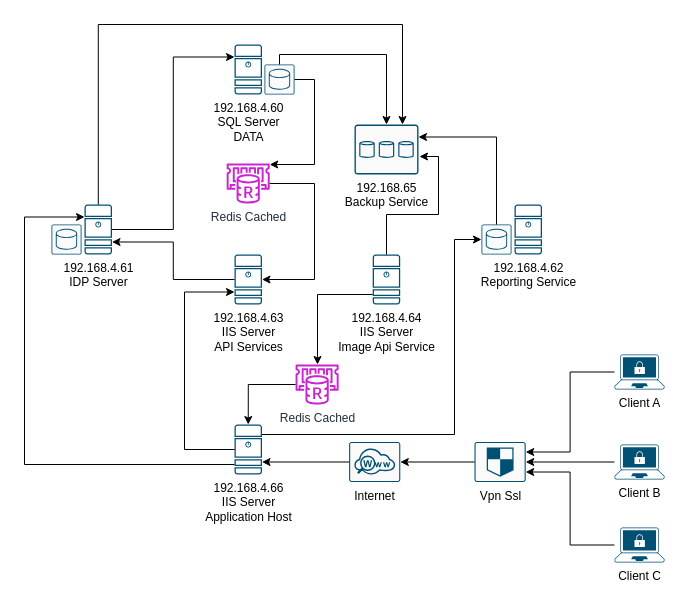
osvcarign/charts keeps this draw.io diagram as Untitled Diagram.drawio. Above is the earlier version. Source tidied: cells renumbered, new cells numbered last; positions are measured from the earlier drawing's top-left corner, leaving out a move shared by most shapes. Both pictures are drawn from the tidied source at 100%, with x=0, y=0 at pixel (24, 24).
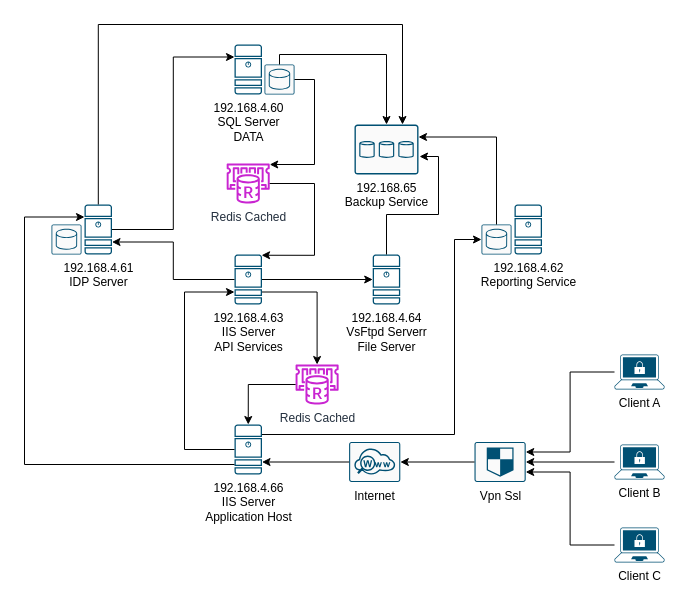
The same page after the edit.

Commit message:
Ftp Server

The change refers to these unchanged cells:
```xml
<mxCell id="9" value="192.168.4.63&lt;br&gt;&lt;div&gt;IIS Server&lt;br&gt;&lt;/div&gt;&lt;div&gt;API Services&lt;/div&gt;" style="sketch=0;points=[[0.015,0.015,0],[0.985,0.015,0],[0.985,0.985,0],[0.015,0.985,0],[0.25,0,0],[0.5,0,0],[0.75,0,0],[1,0.25,0],[1,0.5,0],[1,0.75,0],[0.75,1,0],[0.5,1,0],[0.25,1,0],[0,0.75,0],[0,0.5,0],[0,0.25,0]];verticalLabelPosition=bottom;html=1;verticalAlign=top;align=center;shape=mxgraph.cisco19.server;fillColor=#005073;strokeColor=none;" parent="1" vertex="1">
  <mxGeometry x="210" y="230" width="27.5" height="50" as="geometry" />
</mxCell>
<mxCell id="11" value="192.168.4.66&lt;br&gt;&lt;div&gt;IIS Server&lt;br&gt;&lt;/div&gt;&lt;div&gt;Application Host&lt;/div&gt;" style="sketch=0;points=[[0.015,0.015,0],[0.985,0.015,0],[0.985,0.985,0],[0.015,0.985,0],[0.25,0,0],[0.5,0,0],[0.75,0,0],[1,0.25,0],[1,0.5,0],[1,0.75,0],[0.75,1,0],[0.5,1,0],[0.25,1,0],[0,0.75,0],[0,0.5,0],[0,0.25,0]];verticalLabelPosition=bottom;html=1;verticalAlign=top;align=center;shape=mxgraph.cisco19.server;fillColor=#005073;strokeColor=none;" parent="1" vertex="1">
  <mxGeometry x="210" y="400" width="27.5" height="50" as="geometry" />
</mxCell>
<mxCell id="30" value="Redis Cached" style="sketch=0;outlineConnect=0;fontColor=#232F3E;gradientColor=none;fillColor=#C925D1;strokeColor=none;dashed=0;verticalLabelPosition=bottom;verticalAlign=top;align=center;html=1;fontSize=12;fontStyle=0;shape=mxgraph.aws4.elasticache_for_redis;" parent="1" vertex="1">
  <mxGeometry x="201.1" y="139" width="45.2" height="40" as="geometry" />
</mxCell>
<mxCell id="33" value="Redis Cached" style="sketch=0;outlineConnect=0;fontColor=#232F3E;gradientColor=none;fillColor=#C925D1;strokeColor=none;dashed=0;verticalLabelPosition=bottom;verticalAlign=top;align=center;html=1;fontSize=12;fontStyle=0;shape=mxgraph.aws4.elasticache_for_redis;" parent="1" vertex="1">
  <mxGeometry x="270" y="340" width="45.2" height="40" as="geometry" />
</mxCell>
```

Change to the diagram source:
```diff
@@
+    <mxCell id="40" style="edgeStyle=orthogonalEdgeStyle;rounded=0;jettySize=auto;html=1;exitX=1;exitY=0.75;exitDx=0;exitDy=0;exitPerimeter=0;" parent="1" edge="1" source="9" target="33">
+      <mxGeometry relative="1" as="geometry" />
+    </mxCell>
@@
-    <mxCell id="22" style="edgeStyle=orthogonalEdgeStyle;rounded=0;jettySize=auto;html=1;" parent="1" edge="1" source="23" target="33">
-      <mxGeometry relative="1" as="geometry">
-        <Array as="points">
-          <mxPoint x="293" y="270" />
-        </Array>
-      </mxGeometry>
-    </mxCell>
-    <mxCell id="23" value="192.168.4.64&lt;br&gt;&lt;div&gt;IIS Server&lt;br&gt;&lt;/div&gt;&lt;div&gt;Image Api Service&lt;br&gt;&lt;/div&gt;" style="sketch=0;points=[[0.015,0.015,0],[0.985,0.015,0],[0.985,0.985,0],[0.015,0.985,0],[0.25,0,0],[0.5,0,0],[0.75,0,0],[1,0.25,0],[1,0.5,0],[1,0.75,0],[0.75,1,0],[0.5,1,0],[0.25,1,0],[0,0.75,0],[0,0.5,0],[0,0.25,0]];verticalLabelPosition=bottom;html=1;verticalAlign=top;align=center;shape=mxgraph.cisco19.server;fillColor=#005073;strokeColor=none;" parent="1" vertex="1">
+    <mxCell id="23" value="&lt;div&gt;192.168.4.64&lt;br&gt;&lt;/div&gt;&lt;div&gt;VsFtpd Serverr&lt;/div&gt;&lt;div&gt;File Server&lt;br&gt;&lt;/div&gt;" style="sketch=0;points=[[0.015,0.015,0],[0.985,0.015,0],[0.985,0.985,0],[0.015,0.985,0],[0.25,0,0],[0.5,0,0],[0.75,0,0],[1,0.25,0],[1,0.5,0],[1,0.75,0],[0.75,1,0],[0.5,1,0],[0.25,1,0],[0,0.75,0],[0,0.5,0],[0,0.25,0]];verticalLabelPosition=bottom;html=1;verticalAlign=top;align=center;shape=mxgraph.cisco19.server;fillColor=#005073;strokeColor=none;" parent="1" vertex="1">
       <mxGeometry x="348.2" y="230" width="27.5" height="50" as="geometry" />
     </mxCell>
@@
-    <mxCell id="31" style="edgeStyle=orthogonalEdgeStyle;rounded=0;jettySize=auto;html=1;entryX=1;entryY=0.5;entryDx=0;entryDy=0;entryPerimeter=0;" parent="1" edge="1" source="30" target="9">
+    <mxCell id="31" style="edgeStyle=orthogonalEdgeStyle;rounded=0;jettySize=auto;html=1;entryX=0.985;entryY=0.015;entryDx=0;entryDy=0;entryPerimeter=0;" parent="1" edge="1" source="30" target="9">
       <mxGeometry relative="1" as="geometry">
         <Array as="points">
           <mxPoint x="290" y="159" />
-          <mxPoint x="290" y="255" />
+          <mxPoint x="290" y="231" />
         </Array>
       </mxGeometry>
     </mxCell>
@@
-    <mxCell id="34" style="edgeStyle=orthogonalEdgeStyle;rounded=0;jettySize=auto;html=1;entryX=0.5;entryY=0;entryDx=0;entryDy=0;entryPerimeter=0;" parent="1" edge="1" source="33" target="11">
-      <mxGeometry relative="1" as="geometry" />
-    </mxCell>
@@
+    <mxCell id="34" style="edgeStyle=orthogonalEdgeStyle;rounded=0;jettySize=auto;html=1;entryX=0.5;entryY=0;entryDx=0;entryDy=0;entryPerimeter=0;" parent="1" edge="1" source="33" target="11">
+      <mxGeometry relative="1" as="geometry" />
+    </mxCell>
+    <mxCell id="41" style="edgeStyle=orthogonalEdgeStyle;rounded=0;jettySize=auto;html=1;entryX=0;entryY=0.5;entryDx=0;entryDy=0;entryPerimeter=0;" parent="1" edge="1" source="9" target="23">
+      <mxGeometry relative="1" as="geometry" />
+    </mxCell>
```
